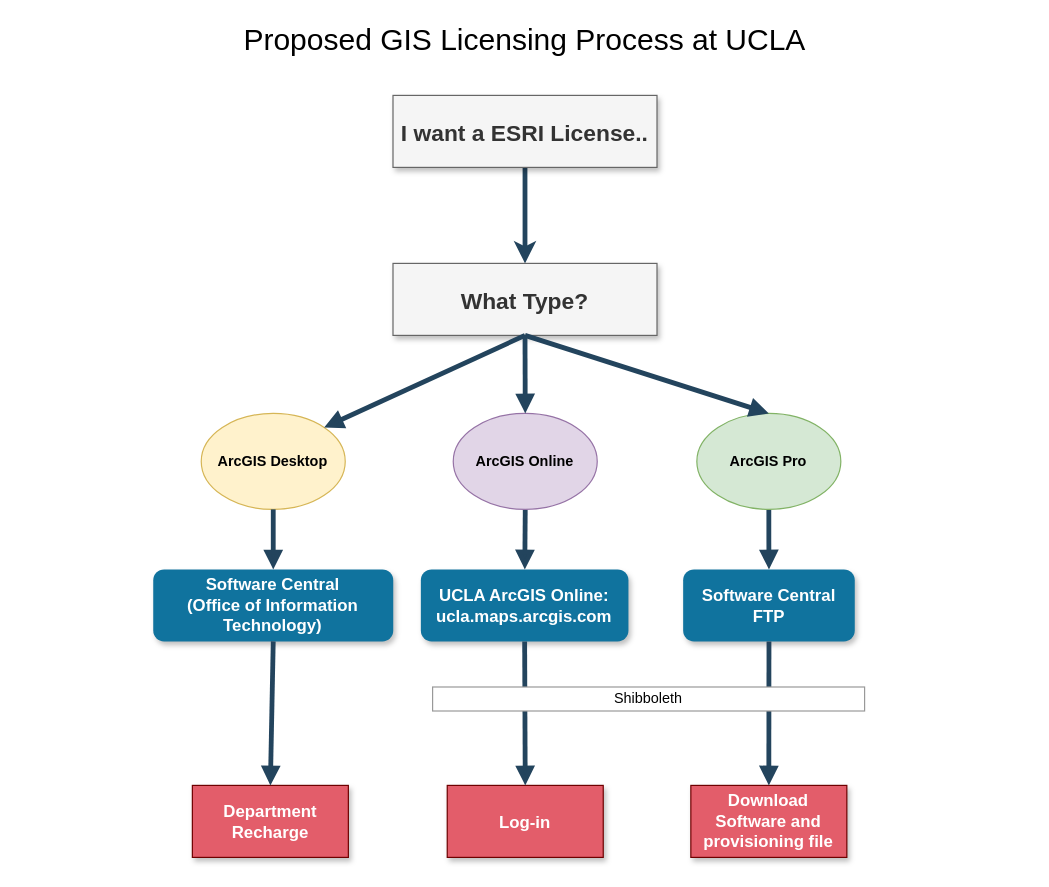
Above: Proposed ArcGIS Licensing Process at UCLA v2.drawio in albertkun/uclagis (draw.io), before the change. Source tidied: cells renumbered, new cells numbered last; positions are measured from the earlier drawing's top-left corner, leaving out a move shared by most shapes. Both pictures are drawn from the tidied source at 120%, with x=0, y=0 at pixel (20, 26).
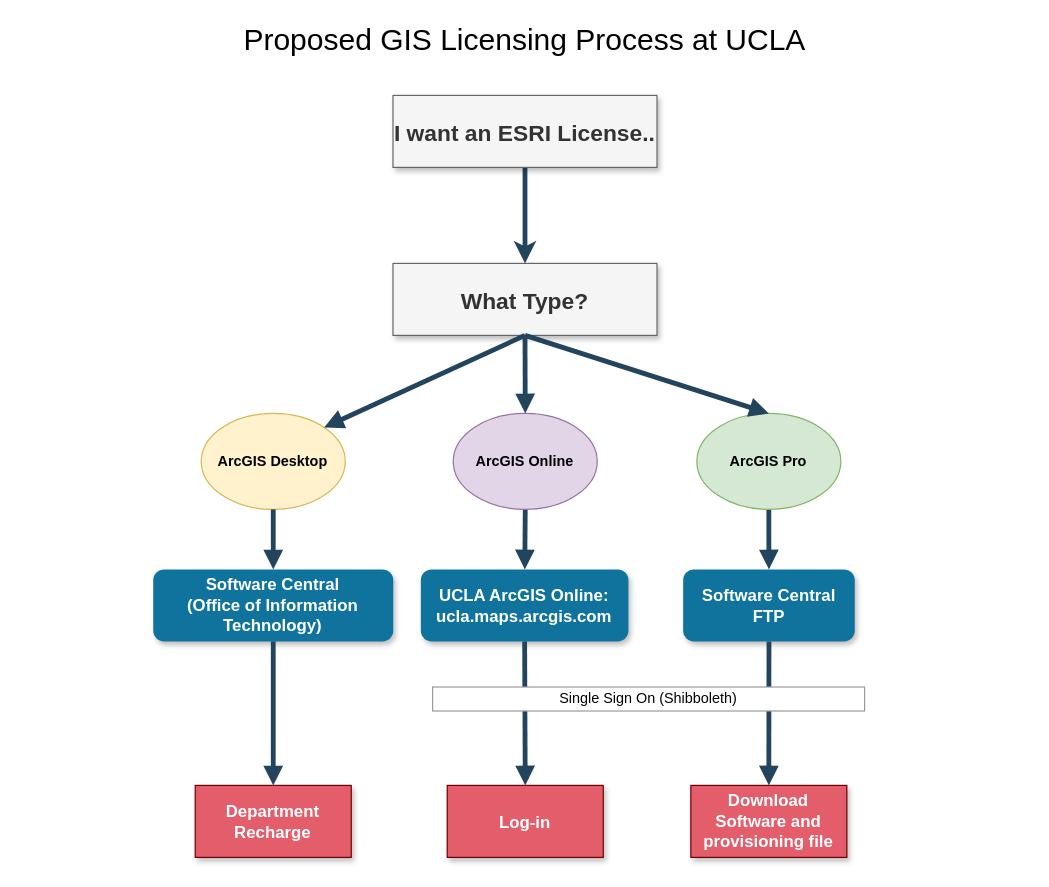
The same page after the edit.

Change to the diagram source:
```diff
@@
-    <mxCell id="11" value="I want a ESRI License.." style="rounded=0;fillColor=#f5f5f5;strokeColor=#666666;shadow=1;fontStyle=1;fontColor=#333333;fontSize=19;" parent="1" vertex="1">
+    <mxCell id="11" value="I want an ESRI License.." style="rounded=0;fillColor=#f5f5f5;strokeColor=#666666;shadow=1;fontStyle=1;fontColor=#333333;fontSize=19;" parent="1" vertex="1">
       <mxGeometry x="310" y="57" width="220" height="60" as="geometry" />
     </mxCell>
     <mxCell id="12" value="Department Recharge" style="rounded=0;fillColor=#E35D6A;strokeColor=#6F0000;shadow=1;fontStyle=1;fontSize=14;fontColor=#ffffff;whiteSpace=wrap;" parent="1" vertex="1">
-      <mxGeometry x="142.8" y="632" width="130" height="60" as="geometry" />
+      <mxGeometry x="145.2" y="632" width="130" height="60" as="geometry" />
     </mxCell>
@@
-    <mxCell id="25" value="Shibboleth" style="rounded=0;whiteSpace=wrap;html=1;strokeColor=#999999;" parent="1" vertex="1">
+    <mxCell id="25" value="Single Sign On (Shibboleth)" style="rounded=0;whiteSpace=wrap;html=1;strokeColor=#999999;" parent="1" vertex="1">
       <mxGeometry x="343" y="550" width="360" height="20" as="geometry" />
     </mxCell>
```
